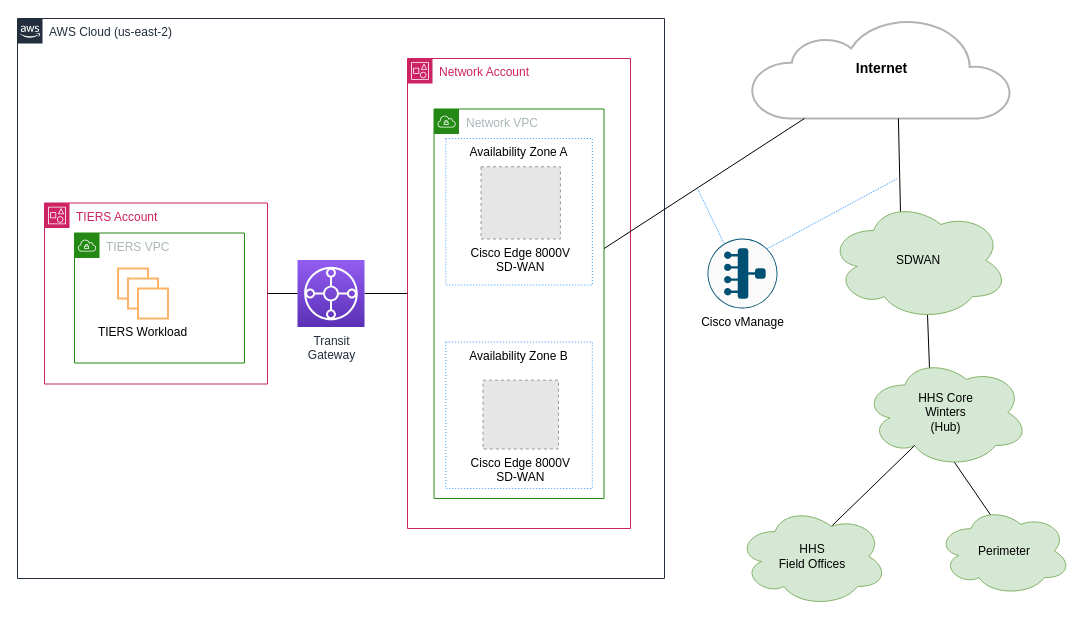
scottmillers/Terraform keeps this draw.io diagram as page "Catalyst 8000v High-Level" (2 of 4) of aws/tiers/catalyst8000v/02-Marketplace-Launch/docs/catalyst.drawio. Above is the earlier version. Source tidied: cells renumbered, new cells numbered last; positions are measured from the earlier drawing's top-left corner, leaving out a move shared by most shapes. Both pictures are drawn from the tidied source at 100%, with x=0, y=0 at pixel (17, 18). Pictures stored in the file or linked from it are replaced by grey dashed boxes.
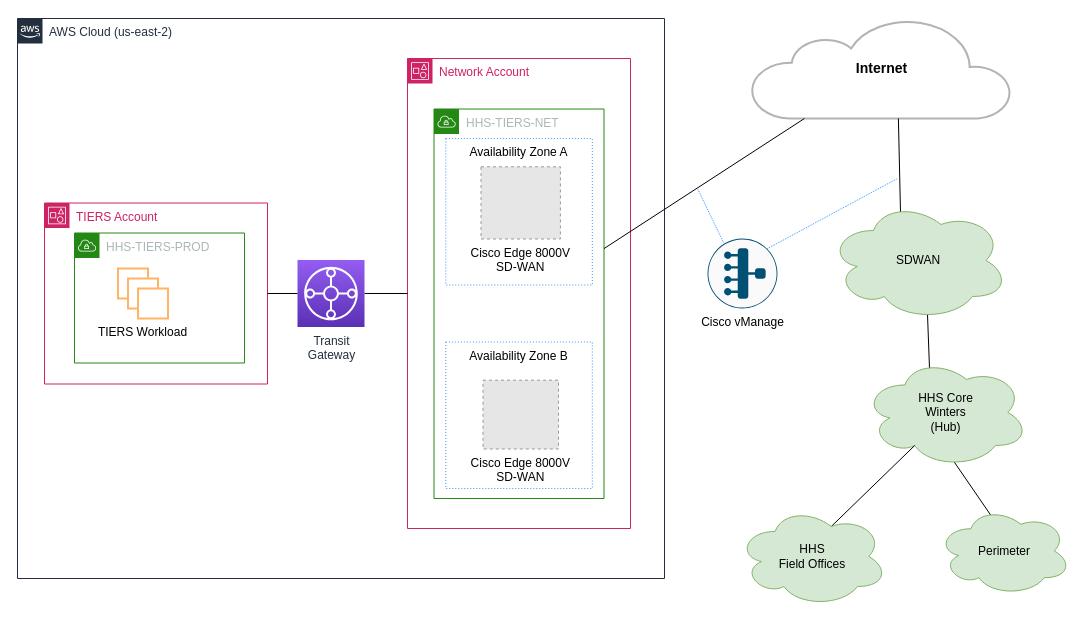
After the change.

The change refers to these unchanged cells:
```xml
<mxCell id="3" value="TIERS Account" style="points=[[0,0],[0.25,0],[0.5,0],[0.75,0],[1,0],[1,0.25],[1,0.5],[1,0.75],[1,1],[0.75,1],[0.5,1],[0.25,1],[0,1],[0,0.75],[0,0.5],[0,0.25]];outlineConnect=0;gradientColor=none;html=1;whiteSpace=wrap;fontSize=12;fontStyle=0;shape=mxgraph.aws4.group;grIcon=mxgraph.aws4.group_account;strokeColor=#CD2264;fillColor=none;verticalAlign=top;align=left;spacingLeft=30;fontColor=#CD2264;dashed=0;" parent="2" vertex="1">
  <mxGeometry x="27" y="184.5" width="223" height="181" as="geometry" />
</mxCell>
<mxCell id="9" value="Network Account" style="points=[[0,0],[0.25,0],[0.5,0],[0.75,0],[1,0],[1,0.25],[1,0.5],[1,0.75],[1,1],[0.75,1],[0.5,1],[0.25,1],[0,1],[0,0.75],[0,0.5],[0,0.25]];outlineConnect=0;gradientColor=none;html=1;whiteSpace=wrap;fontSize=12;fontStyle=0;shape=mxgraph.aws4.group;grIcon=mxgraph.aws4.group_account;strokeColor=#CD2264;fillColor=none;verticalAlign=top;align=left;spacingLeft=30;fontColor=#CD2264;dashed=0;" parent="2" vertex="1">
  <mxGeometry x="390" y="40" width="223" height="470" as="geometry" />
</mxCell>
```

Diff of the diagram source:
```diff
@@
-    <mxCell id="4" value="TIERS VPC" style="gradientColor=none;html=1;whiteSpace=wrap;fontSize=12;fontStyle=0;shape=mxgraph.aws4.group;grIcon=mxgraph.aws4.group_vpc;strokeColor=#248814;fillColor=none;verticalAlign=top;align=left;spacingLeft=30;fontColor=#AAB7B8;dashed=0;" parent="3" vertex="1">
+    <mxCell id="4" value="HHS-TIERS-PROD" style="gradientColor=none;html=1;whiteSpace=wrap;fontSize=12;fontStyle=0;shape=mxgraph.aws4.group;grIcon=mxgraph.aws4.group_vpc;strokeColor=#248814;fillColor=none;verticalAlign=top;align=left;spacingLeft=30;fontColor=#AAB7B8;dashed=0;" parent="3" vertex="1">
       <mxGeometry x="30" y="30" width="170" height="130" as="geometry" />
     </mxCell>
@@
-    <mxCell id="10" value="Network VPC" style="points=[[0,0],[0.25,0],[0.5,0],[0.75,0],[1,0],[1,0.25],[1,0.5],[1,0.75],[1,1],[0.75,1],[0.5,1],[0.25,1],[0,1],[0,0.75],[0,0.5],[0,0.25]];outlineConnect=0;gradientColor=none;html=1;whiteSpace=wrap;fontSize=12;fontStyle=0;shape=mxgraph.aws4.group;grIcon=mxgraph.aws4.group_vpc;strokeColor=#248814;fillColor=none;verticalAlign=top;align=left;spacingLeft=30;fontColor=#AAB7B8;dashed=0;" parent="9" vertex="1">
+    <mxCell id="10" value="HHS-TIERS-NET" style="points=[[0,0],[0.25,0],[0.5,0],[0.75,0],[1,0],[1,0.25],[1,0.5],[1,0.75],[1,1],[0.75,1],[0.5,1],[0.25,1],[0,1],[0,0.75],[0,0.5],[0,0.25]];outlineConnect=0;gradientColor=none;html=1;whiteSpace=wrap;fontSize=12;fontStyle=0;shape=mxgraph.aws4.group;grIcon=mxgraph.aws4.group_vpc;strokeColor=#248814;fillColor=none;verticalAlign=top;align=left;spacingLeft=30;fontColor=#AAB7B8;dashed=0;" parent="9" vertex="1">
       <mxGeometry x="26.5" y="50.5" width="170" height="389.5" as="geometry" />
     </mxCell>
```
